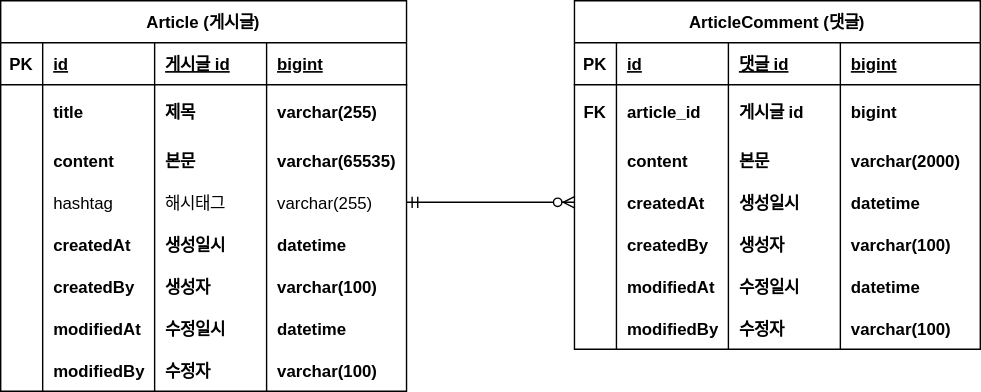
The draw.io diagram document/project-board-erd.svg in jjjGi/Java_backend_project, before a commit. Source tidied: cells renumbered, new cells last; positions are measured from the earlier drawing's top-left corner, leaving out a move shared by most shapes.
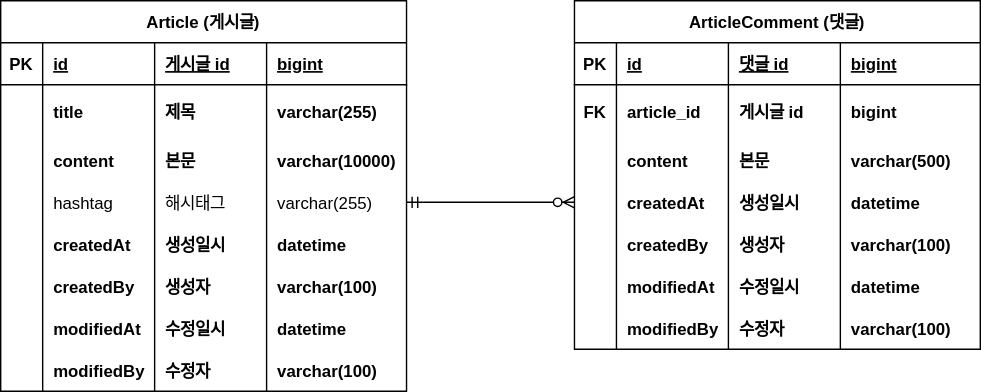
The same diagram one commit later.

Commit message:
#4 - ERD 업데이트: CONTENT 사이즈 변경

The edit, as a diff of the source:
```diff
@@ -50,7 +50,7 @@
     <mxCell id="17" value="본문" style="shape=partialRectangle;overflow=hidden;fillColor=none;top=0;left=0;bottom=0;right=0;align=left;spacingLeft=6;fontStyle=1;" parent="14" vertex="1">
       <mxGeometry x="110" width="80" height="30" as="geometry" />
     </mxCell>
-    <mxCell id="18" value="varchar(65535)" style="shape=partialRectangle;overflow=hidden;fillColor=none;top=0;left=0;bottom=0;right=0;align=left;spacingLeft=6;fontStyle=1;" parent="14" vertex="1">
+    <mxCell id="18" value="varchar(10000)" style="shape=partialRectangle;overflow=hidden;fillColor=none;top=0;left=0;bottom=0;right=0;align=left;spacingLeft=6;fontStyle=1;" parent="14" vertex="1">
       <mxGeometry x="190" width="100" height="30" as="geometry" />
     </mxCell>
     <mxCell id="19" style="shape=partialRectangle;fillColor=none;points=[[0,0.5],[1,0.5]];portConstraint=eastwest;top=0;left=0;right=0;bottom=0;" parent="3" vertex="1">
@@ -173,7 +173,7 @@
     <mxCell id="58" value="본문" style="shape=partialRectangle;overflow=hidden;fillColor=none;top=0;left=0;bottom=0;right=0;align=left;spacingLeft=6;fontStyle=1;" parent="55" vertex="1">
       <mxGeometry x="110" width="80" height="30" as="geometry" />
     </mxCell>
-    <mxCell id="59" value="varchar(2000)" style="shape=partialRectangle;overflow=hidden;fillColor=none;top=0;left=0;bottom=0;right=0;align=left;spacingLeft=6;fontStyle=1;" parent="55" vertex="1">
+    <mxCell id="59" value="varchar(500)" style="shape=partialRectangle;overflow=hidden;fillColor=none;top=0;left=0;bottom=0;right=0;align=left;spacingLeft=6;fontStyle=1;" parent="55" vertex="1">
       <mxGeometry x="190" width="100" height="30" as="geometry" />
     </mxCell>
     <mxCell id="60" style="shape=partialRectangle;fillColor=none;points=[[0,0.5],[1,0.5]];portConstraint=eastwest;top=0;left=0;right=0;bottom=0;" parent="44" vertex="1">
```
